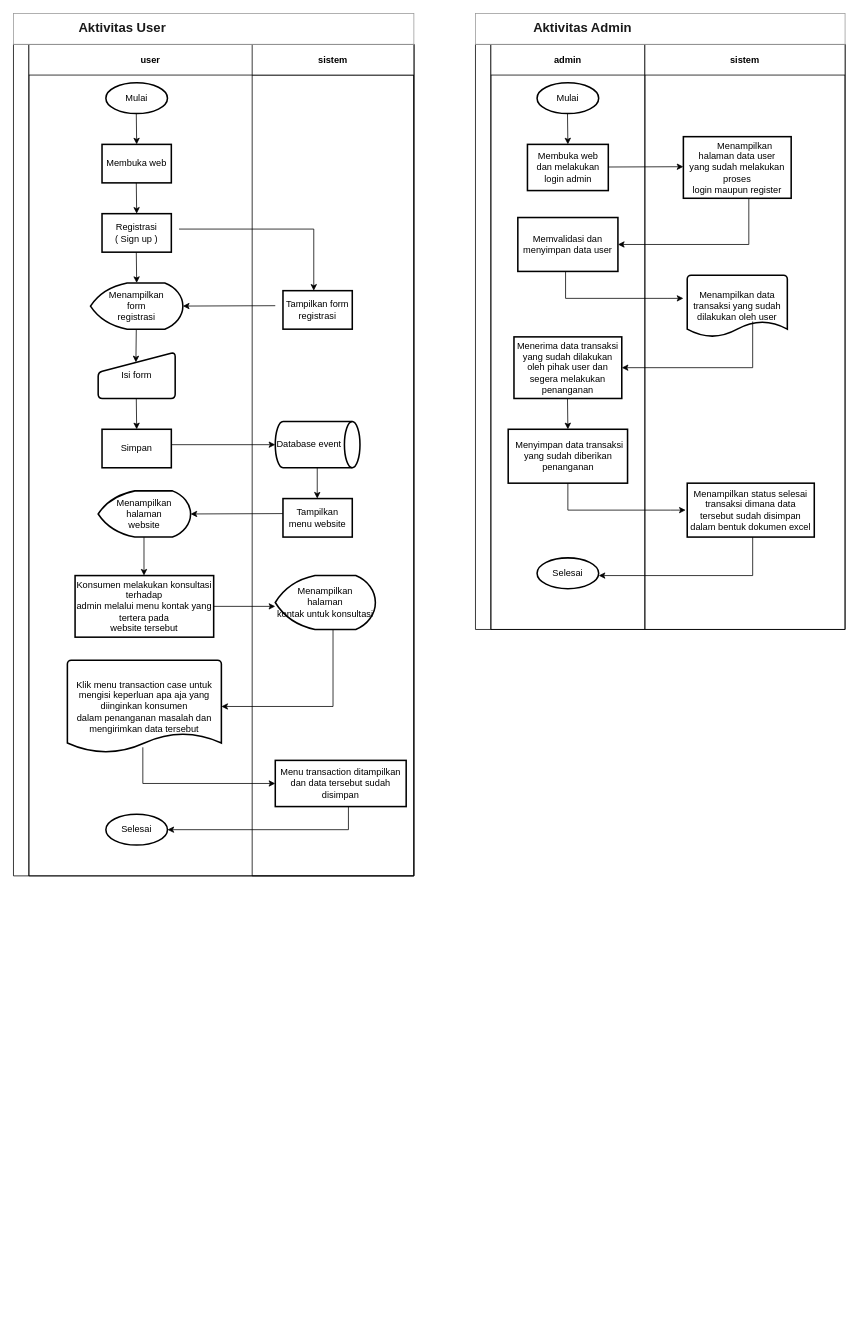
This is page "Page-29" (22 of 60) of Untitled Diagram.drawio from Jeremia0910/SJSI, a draw.io file, before an edit. Source tidied: cells renumbered, new cells numbered last; positions are measured from the earlier drawing's top-left corner, leaving out a move shared by most shapes. Both pictures are drawn from the tidied source at 77%, with x=0, y=0 at pixel (13, 13).
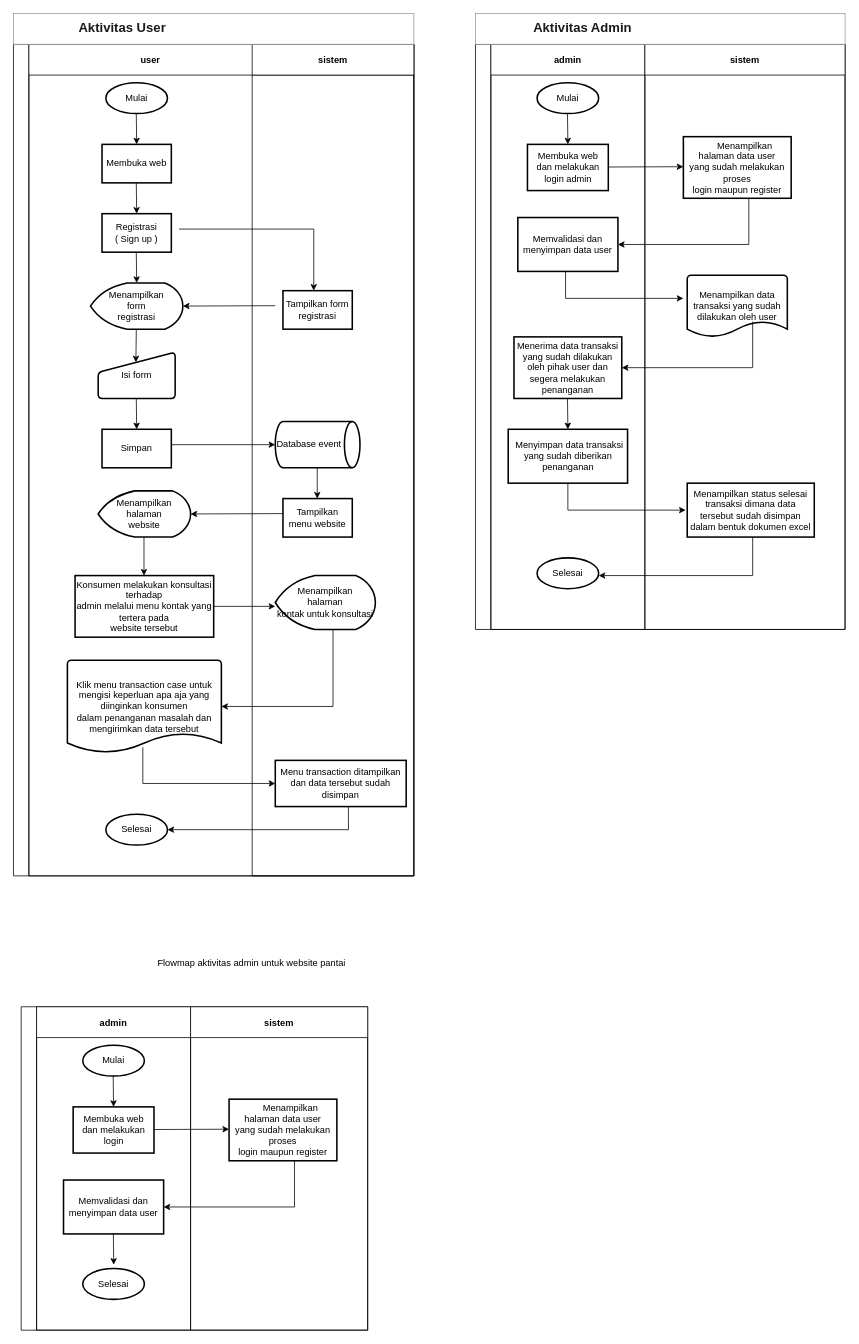
The same diagram, later.

Change to the diagram source:
```diff
@@
+    <mxCell id="57" style="swimlane;startSize=20;horizontal=0;" parent="1" vertex="1">
+      <mxGeometry x="10" y="1290" width="450" height="420" as="geometry" />
+    </mxCell>
+    <mxCell id="58" value="admin" style="swimlane;startSize=40;" parent="57" vertex="1">
+      <mxGeometry x="20" width="200" height="420" as="geometry" />
+    </mxCell>
+    <mxCell id="59" value="Mulai" style="strokeWidth=2;html=1;shape=mxgraph.flowchart.start_1;whiteSpace=wrap;" parent="58" vertex="1">
+      <mxGeometry x="60" y="50" width="80" height="40" as="geometry" />
+    </mxCell>
+    <mxCell id="60" style="elbow=horizontal;endArrow=classic;html=1;rounded=0;" parent="58" edge="1">
+      <mxGeometry relative="1" as="geometry">
+        <mxPoint x="99.5" y="90" as="sourcePoint" />
+        <mxPoint x="100" y="130" as="targetPoint" />
+      </mxGeometry>
+    </mxCell>
+    <mxCell id="61" value="&lt;div&gt;Membuka web&lt;/div&gt;&lt;div&gt;dan melakukan login &lt;br&gt;&lt;/div&gt;" style="rounded=1;whiteSpace=wrap;html=1;absoluteArcSize=1;arcSize=0;strokeWidth=2;" parent="58" vertex="1">
+      <mxGeometry x="47.5" y="130" width="105" height="60" as="geometry" />
+    </mxCell>
+    <mxCell id="62" value="Memvalidasi dan menyimpan data user" style="rounded=1;whiteSpace=wrap;html=1;absoluteArcSize=1;arcSize=0;strokeWidth=2;" parent="58" vertex="1">
+      <mxGeometry x="35" y="225" width="130" height="70" as="geometry" />
+    </mxCell>
+    <mxCell id="63" value="Selesai" style="strokeWidth=2;html=1;shape=mxgraph.flowchart.start_1;whiteSpace=wrap;" parent="58" vertex="1">
+      <mxGeometry x="60" y="340" width="80" height="40" as="geometry" />
+    </mxCell>
+    <mxCell id="64" style="elbow=horizontal;endArrow=classic;html=1;rounded=0;" parent="58" edge="1">
+      <mxGeometry relative="1" as="geometry">
+        <mxPoint x="99.7" y="295" as="sourcePoint" />
+        <mxPoint x="100.2" y="335" as="targetPoint" />
+      </mxGeometry>
+    </mxCell>
+    <mxCell id="65" value="sistem" style="swimlane;startSize=40;" parent="57" vertex="1">
+      <mxGeometry x="220" width="230" height="420" as="geometry" />
+    </mxCell>
+    <mxCell id="66" style="elbow=horizontal;endArrow=classic;html=1;rounded=0;" parent="65" edge="1">
+      <mxGeometry relative="1" as="geometry">
+        <mxPoint x="-47.5" y="159.4" as="sourcePoint" />
+        <mxPoint x="50" y="159" as="targetPoint" />
+      </mxGeometry>
+    </mxCell>
+    <mxCell id="67" value="&lt;div&gt;&amp;nbsp;&amp;nbsp;&amp;nbsp;&amp;nbsp;&amp;nbsp; Menampilkan halaman data user&lt;/div&gt;&lt;div&gt;yang sudah melakukan proses &lt;br&gt;&lt;/div&gt;&lt;div&gt;login maupun register&lt;br&gt;&lt;/div&gt;" style="rounded=1;whiteSpace=wrap;html=1;absoluteArcSize=1;arcSize=0;strokeWidth=2;" parent="65" vertex="1">
+      <mxGeometry x="50" y="120" width="140" height="80" as="geometry" />
+    </mxCell>
+    <mxCell id="68" style="elbow=horizontal;endArrow=classic;html=1;rounded=0;edgeStyle=orthogonalEdgeStyle;entryX=1;entryY=0.5;entryDx=0;entryDy=0;" parent="65" edge="1" target="62">
+      <mxGeometry relative="1" as="geometry">
+        <mxPoint x="135" y="200" as="sourcePoint" />
+        <Array as="points">
+          <mxPoint x="135" y="260" />
+        </Array>
+      </mxGeometry>
+    </mxCell>
+    <mxCell id="69" value="Flowmap aktivitas admin untuk website pantai" style="text;html=1;align=center;verticalAlign=middle;strokeColor=none;fillColor=none;" parent="1" vertex="1">
+      <mxGeometry x="189" y="1218" width="240" height="30" as="geometry" />
+    </mxCell>
```
